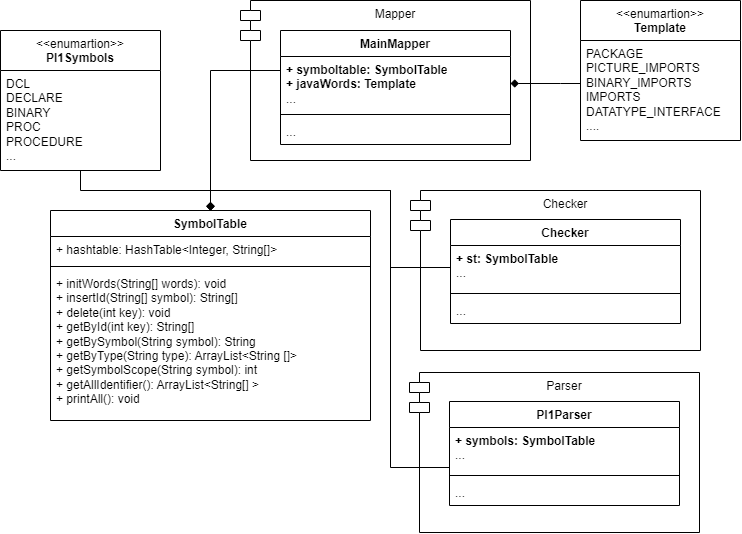
Earlier version of the draw.io export assets/img/symboltable-module-uml.drawio.png (lhahner/aspekte-formale-uebersetzung-programmiersprachen). Source tidied: cells renumbered, new cells last; positions are measured from the earlier drawing's top-left corner, leaving out a move shared by most shapes.
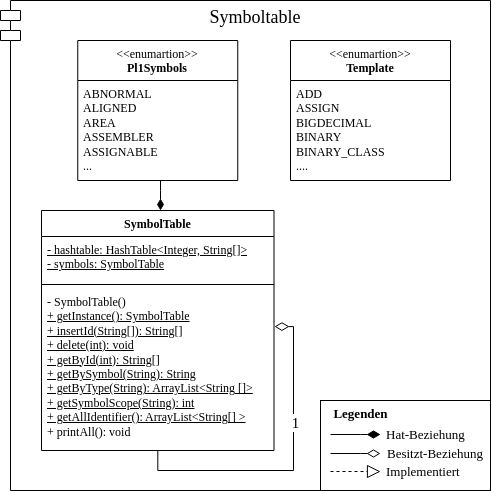
The same diagram one commit later.

Change to the diagram source:
```diff
@@ -2,111 +2,100 @@
   <root>
     <mxCell id="0" />
     <mxCell id="1" parent="0" />
+    <mxCell id="30" value="&lt;font style=&quot;font-size: 18px;&quot;&gt;Symboltable&lt;/font&gt;" style="shape=module;align=left;spacingLeft=20;align=center;verticalAlign=top;whiteSpace=wrap;html=1;fontFamily=Semi Serif;" parent="1" vertex="1">
+      <mxGeometry x="-60" y="-180" width="490" height="490" as="geometry" />
+    </mxCell>
-    <mxCell id="2" value="SymbolTable" style="swimlane;fontStyle=1;align=center;verticalAlign=top;horizontal=1;startSize=26;whiteSpace=wrap;html=1;" parent="1" vertex="1">
-      <mxGeometry x="50" y="210" width="320" height="210" as="geometry" />
+    <mxCell id="2" value="SymbolTable" style="swimlane;fontStyle=1;align=center;verticalAlign=top;horizontal=1;startSize=26;whiteSpace=wrap;html=1;fontFamily=Semi Serif;" parent="1" vertex="1">
+      <mxGeometry x="-19" y="30" width="232.5" height="240" as="geometry" />
     </mxCell>
-    <mxCell id="3" value="+ hashtable: HashTable&amp;lt;Integer, String[]&amp;gt;" style="text;strokeColor=none;fillColor=none;align=left;verticalAlign=top;spacingLeft=4;spacingRight=4;overflow=hidden;whiteSpace=wrap;html=1;" parent="2" vertex="1">
-      <mxGeometry y="26" width="320" height="26" as="geometry" />
+    <mxCell id="3" value="&lt;u&gt;- hashtable: HashTable&amp;lt;Integer, String[]&amp;gt;&lt;br&gt;- symbols: SymbolTable&lt;br&gt;&lt;/u&gt;" style="text;strokeColor=none;fillColor=none;align=left;verticalAlign=top;spacingLeft=4;spacingRight=4;overflow=hidden;whiteSpace=wrap;html=1;fontFamily=Semi Serif;" parent="2" vertex="1">
+      <mxGeometry y="26" width="232.5" height="44" as="geometry" />
     </mxCell>
-    <mxCell id="4" style="line;strokeWidth=1;fillColor=none;align=left;verticalAlign=middle;spacingTop=-1;spacingLeft=3;spacingRight=3;labelPosition=right;strokeColor=inherit;" parent="2" vertex="1">
-      <mxGeometry y="52" width="320" height="8" as="geometry" />
+    <mxCell id="4" style="line;strokeWidth=1;fillColor=none;align=left;verticalAlign=middle;spacingTop=-1;spacingLeft=3;spacingRight=3;labelPosition=right;strokeColor=inherit;fontFamily=Semi Serif;" parent="2" vertex="1">
+      <mxGeometry y="70" width="232.5" height="8" as="geometry" />
     </mxCell>
-    <mxCell id="5" value="+ initWords(String[] words): void&lt;div&gt;+ insertId(String[] symbol): String[]&lt;/div&gt;&lt;div&gt;+ delete(int key): void&lt;/div&gt;&lt;div&gt;+ getById(int key): String[]&lt;/div&gt;&lt;div&gt;+ getBySymbol(String symbol): String&lt;/div&gt;&lt;div&gt;+ getByType(String type): ArrayList&amp;lt;String []&amp;gt;&lt;/div&gt;&lt;div&gt;+ getSymbolScope(String symbol): int&lt;/div&gt;&lt;div&gt;+ getAllIdentifier(): ArrayList&amp;lt;String[] &amp;gt;&lt;/div&gt;&lt;div&gt;+ printAll(): void&amp;nbsp;&lt;/div&gt;&lt;div&gt;&lt;br&gt;&lt;/div&gt;" style="text;strokeColor=none;fillColor=none;align=left;verticalAlign=top;spacingLeft=4;spacingRight=4;overflow=hidden;points=[[0,0.5],[1,0.5]];portConstraint=eastwest;whiteSpace=wrap;html=1;" parent="2" vertex="1">
-      <mxGeometry y="60" width="320" height="150" as="geometry" />
+    <mxCell id="5" value="&lt;div&gt;- SymbolTable()&lt;/div&gt;&lt;div&gt;&lt;u&gt;+ getInstance(): SymbolTable&lt;/u&gt;&lt;/div&gt;&lt;div&gt;&lt;u&gt;+ insertId(String[]): String[]&lt;/u&gt;&lt;/div&gt;&lt;div&gt;&lt;u&gt;+ delete(int): void&lt;/u&gt;&lt;/div&gt;&lt;div&gt;&lt;u&gt;+ getById(int): String[]&lt;/u&gt;&lt;/div&gt;&lt;div&gt;&lt;u&gt;+ getBySymbol(String): String&lt;/u&gt;&lt;/div&gt;&lt;div&gt;&lt;u&gt;+ getByType(String): ArrayList&amp;lt;String []&amp;gt;&lt;/u&gt;&lt;/div&gt;&lt;div&gt;&lt;u&gt;+ getSymbolScope(String): int&lt;/u&gt;&lt;/div&gt;&lt;div&gt;&lt;u&gt;+ getAllIdentifier(): ArrayList&amp;lt;String[] &amp;gt;&lt;/u&gt;&lt;/div&gt;&lt;div&gt;+ printAll(): void&amp;nbsp;&lt;/div&gt;&lt;div&gt;&lt;br&gt;&lt;/div&gt;" style="text;strokeColor=none;fillColor=none;align=left;verticalAlign=top;spacingLeft=4;spacingRight=4;overflow=hidden;points=[[0,0.5],[1,0.5]];portConstraint=eastwest;whiteSpace=wrap;html=1;fontFamily=Semi Serif;" parent="2" vertex="1">
+      <mxGeometry y="78" width="232.5" height="162" as="geometry" />
     </mxCell>
+    <mxCell id="31" style="edgeStyle=orthogonalEdgeStyle;rounded=0;jettySize=auto;html=1;entryX=1.002;entryY=0.235;entryDx=0;entryDy=0;entryPerimeter=0;endArrow=diamondThin;endFill=0;endSize=12;fontFamily=Semi Serif;" parent="2" edge="1" source="2" target="5">
+      <mxGeometry relative="1" as="geometry">
+        <Array as="points">
+          <mxPoint x="116" y="260" />
+          <mxPoint x="252" y="260" />
+          <mxPoint x="252" y="116" />
+        </Array>
+      </mxGeometry>
+    </mxCell>
+    <mxCell id="32" value="1" style="edgeLabel;html=1;align=center;verticalAlign=middle;fontFamily=Semi Serif;fontSize=15;" parent="31" vertex="1">
+      <mxGeometry x="0.28" y="-1" relative="1" as="geometry" />
+    </mxCell>
-    <mxCell id="6" style="edgeStyle=orthogonalEdgeStyle;rounded=0;jettySize=auto;html=1;endArrow=diamond;endFill=1;" parent="1" edge="1" source="7" target="2">
-      <mxGeometry relative="1" as="geometry" />
+    <mxCell id="6" style="edgeStyle=orthogonalEdgeStyle;rounded=0;jettySize=auto;html=1;endArrow=diamondThin;endFill=1;endSize=9;fontFamily=Semi Serif;" parent="1" edge="1" source="7" target="2">
+      <mxGeometry relative="1" as="geometry">
+        <Array as="points">
+          <mxPoint x="100" y="10" />
+          <mxPoint x="100" y="10" />
+        </Array>
+      </mxGeometry>
     </mxCell>
-    <mxCell id="7" value="&lt;div&gt;&lt;span style=&quot;font-weight: normal;&quot;&gt;&amp;lt;&amp;lt;enumartion&amp;gt;&amp;gt;&lt;/span&gt;&lt;/div&gt;Pl1Symbols" style="swimlane;fontStyle=1;align=center;verticalAlign=top;horizontal=1;startSize=40;whiteSpace=wrap;html=1;" parent="1" vertex="1">
-      <mxGeometry y="30" width="160" height="140" as="geometry" />
+    <mxCell id="7" value="&lt;div&gt;&lt;span style=&quot;font-weight: normal;&quot;&gt;&amp;lt;&amp;lt;enumartion&amp;gt;&amp;gt;&lt;/span&gt;&lt;/div&gt;Pl1Symbols" style="swimlane;fontStyle=1;align=center;verticalAlign=top;horizontal=1;startSize=40;whiteSpace=wrap;html=1;fontFamily=Semi Serif;" parent="1" vertex="1">
+      <mxGeometry x="17.2" y="-140" width="160" height="140" as="geometry" />
     </mxCell>
-    <mxCell id="8" value="DCL&lt;div&gt;DECLARE&lt;/div&gt;&lt;div&gt;BINARY&lt;/div&gt;&lt;div&gt;PROC&lt;/div&gt;&lt;div&gt;PROCEDURE&lt;/div&gt;&lt;div&gt;...&lt;/div&gt;" style="text;strokeColor=none;fillColor=none;align=left;verticalAlign=top;spacingLeft=4;spacingRight=4;overflow=hidden;whiteSpace=wrap;html=1;" parent="7" vertex="1">
+    <mxCell id="8" value="ABNORMAL&lt;div&gt;ALIGNED&lt;/div&gt;&lt;div&gt;AREA&lt;/div&gt;&lt;div&gt;ASSEMBLER&lt;/div&gt;&lt;div&gt;ASSIGNABLE&lt;/div&gt;&lt;div&gt;...&lt;/div&gt;" style="text;strokeColor=none;fillColor=none;align=left;verticalAlign=top;spacingLeft=4;spacingRight=4;overflow=hidden;whiteSpace=wrap;html=1;fontFamily=Semi Serif;" parent="7" vertex="1">
       <mxGeometry y="40" width="160" height="100" as="geometry" />
     </mxCell>
-    <mxCell id="9" value="&lt;div&gt;&lt;span style=&quot;font-weight: normal;&quot;&gt;&amp;lt;&amp;lt;enumartion&amp;gt;&amp;gt;&lt;/span&gt;&lt;/div&gt;Template" style="swimlane;fontStyle=1;align=center;verticalAlign=top;horizontal=1;startSize=40;whiteSpace=wrap;html=1;" parent="1" vertex="1">
-      <mxGeometry x="580" width="160" height="140" as="geometry" />
+    <mxCell id="9" value="&lt;div&gt;&lt;span style=&quot;font-weight: normal;&quot;&gt;&amp;lt;&amp;lt;enumartion&amp;gt;&amp;gt;&lt;/span&gt;&lt;/div&gt;Template" style="swimlane;fontStyle=1;align=center;verticalAlign=top;horizontal=1;startSize=40;whiteSpace=wrap;html=1;fontFamily=Semi Serif;" parent="1" vertex="1">
+      <mxGeometry x="230" y="-140" width="160" height="140" as="geometry" />
     </mxCell>
-    <mxCell id="10" value="PACKAGE&lt;div&gt;PICTURE_IMPORTS&lt;/div&gt;&lt;div&gt;BINARY_IMPORTS&lt;/div&gt;&lt;div&gt;IMPORTS&lt;/div&gt;&lt;div&gt;DATATYPE_INTERFACE&lt;/div&gt;&lt;div&gt;....&lt;/div&gt;" style="text;strokeColor=none;fillColor=none;align=left;verticalAlign=top;spacingLeft=4;spacingRight=4;overflow=hidden;points=[[0,0.5],[1,0.5]];portConstraint=eastwest;whiteSpace=wrap;html=1;" parent="9" vertex="1">
+    <mxCell id="10" value="ADD&lt;div&gt;ASSIGN&lt;/div&gt;&lt;div&gt;BIGDECIMAL&lt;/div&gt;&lt;div&gt;BINARY&lt;/div&gt;&lt;div&gt;BINARY_CLASS&lt;/div&gt;&lt;div&gt;....&lt;/div&gt;" style="text;strokeColor=none;fillColor=none;align=left;verticalAlign=top;spacingLeft=4;spacingRight=4;overflow=hidden;points=[[0,0.5],[1,0.5]];portConstraint=eastwest;whiteSpace=wrap;html=1;fontFamily=Semi Serif;" parent="9" vertex="1">
       <mxGeometry y="40" width="160" height="100" as="geometry" />
     </mxCell>
-    <mxCell id="11" value="Mapper" style="shape=module;align=left;spacingLeft=20;align=center;verticalAlign=top;whiteSpace=wrap;html=1;" parent="1" vertex="1">
-      <mxGeometry x="240" width="290" height="160" as="geometry" />
-    </mxCell>
-    <mxCell id="12" style="edgeStyle=orthogonalEdgeStyle;rounded=0;jettySize=auto;html=1;endArrow=diamond;endFill=1;" parent="1" edge="1" source="13">
-      <mxGeometry relative="1" as="geometry">
-        <mxPoint x="210" y="210" as="targetPoint" />
-        <Array as="points">
-          <mxPoint x="210" y="70" />
-        </Array>
-      </mxGeometry>
-    </mxCell>
-    <mxCell id="13" value="MainMapper" style="swimlane;fontStyle=1;align=center;verticalAlign=top;horizontal=1;startSize=26;whiteSpace=wrap;html=1;" parent="1" vertex="1">
-      <mxGeometry x="280" y="30" width="230" height="114" as="geometry" />
-    </mxCell>
-    <mxCell id="14" value="&lt;b&gt;+ symboltable: SymbolTable&lt;/b&gt;&lt;div&gt;&lt;b&gt;+ javaWords: Template&lt;/b&gt;&lt;/div&gt;&lt;div&gt;...&lt;/div&gt;" style="text;strokeColor=none;fillColor=none;align=left;verticalAlign=top;spacingLeft=4;spacingRight=4;overflow=hidden;points=[[0,0.5],[1,0.5]];portConstraint=eastwest;whiteSpace=wrap;html=1;" parent="13" vertex="1">
-      <mxGeometry y="26" width="230" height="54" as="geometry" />
-    </mxCell>
-    <mxCell id="15" style="line;strokeWidth=1;fillColor=none;align=left;verticalAlign=middle;spacingTop=-1;spacingLeft=3;spacingRight=3;labelPosition=right;strokeColor=inherit;" parent="13" vertex="1">
-      <mxGeometry y="80" width="230" height="8" as="geometry" />
-    </mxCell>
-    <mxCell id="16" value="..." style="text;strokeColor=none;fillColor=none;align=left;verticalAlign=top;spacingLeft=4;spacingRight=4;overflow=hidden;whiteSpace=wrap;html=1;" parent="13" vertex="1">
-      <mxGeometry y="88" width="230" height="26" as="geometry" />
-    </mxCell>
-    <mxCell id="17" value="Checker" style="shape=module;align=left;spacingLeft=20;align=center;verticalAlign=top;whiteSpace=wrap;html=1;" parent="1" vertex="1">
-      <mxGeometry x="410" y="190" width="290" height="160" as="geometry" />
-    </mxCell>
-    <mxCell id="18" value="Checker" style="swimlane;fontStyle=1;align=center;verticalAlign=top;horizontal=1;startSize=26;whiteSpace=wrap;html=1;" parent="1" vertex="1">
-      <mxGeometry x="450" y="219" width="230" height="104" as="geometry" />
-    </mxCell>
-    <mxCell id="19" value="&lt;b&gt;+ st: SymbolTable&lt;/b&gt;&lt;div&gt;&lt;span style=&quot;background-color: initial;&quot;&gt;...&lt;/span&gt;&lt;/div&gt;" style="text;strokeColor=none;fillColor=none;align=left;verticalAlign=top;spacingLeft=4;spacingRight=4;overflow=hidden;points=[[0,0.5],[1,0.5]];portConstraint=eastwest;whiteSpace=wrap;html=1;" parent="18" vertex="1">
-      <mxGeometry y="26" width="230" height="44" as="geometry" />
-    </mxCell>
-    <mxCell id="20" style="line;strokeWidth=1;fillColor=none;align=left;verticalAlign=middle;spacingTop=-1;spacingLeft=3;spacingRight=3;labelPosition=right;strokeColor=inherit;" parent="18" vertex="1">
-      <mxGeometry y="70" width="230" height="8" as="geometry" />
-    </mxCell>
-    <mxCell id="21" value="..." style="text;strokeColor=none;fillColor=none;align=left;verticalAlign=top;spacingLeft=4;spacingRight=4;overflow=hidden;whiteSpace=wrap;html=1;" parent="18" vertex="1">
-      <mxGeometry y="78" width="230" height="26" as="geometry" />
-    </mxCell>
-    <mxCell id="22" style="edgeStyle=orthogonalEdgeStyle;rounded=0;jettySize=auto;html=1;entryX=0.5;entryY=0;entryDx=0;entryDy=0;endArrow=diamond;endFill=1;" parent="1" edge="1" source="19" target="2">
-      <mxGeometry relative="1" as="geometry">
-        <Array as="points">
-          <mxPoint x="390" y="267" />
-          <mxPoint x="390" y="190" />
-          <mxPoint x="210" y="190" />
-        </Array>
-      </mxGeometry>
-    </mxCell>
-    <mxCell id="23" value="Parser" style="shape=module;align=left;spacingLeft=20;align=center;verticalAlign=top;whiteSpace=wrap;html=1;" parent="1" vertex="1">
-      <mxGeometry x="409" y="372" width="290" height="160" as="geometry" />
-    </mxCell>
-    <mxCell id="24" value="Pl1Parser" style="swimlane;fontStyle=1;align=center;verticalAlign=top;horizontal=1;startSize=26;whiteSpace=wrap;html=1;" parent="1" vertex="1">
-      <mxGeometry x="449" y="401" width="230" height="104" as="geometry" />
-    </mxCell>
-    <mxCell id="25" value="&lt;b&gt;+ symbols: SymbolTable&lt;/b&gt;&lt;div&gt;&lt;span style=&quot;background-color: initial;&quot;&gt;...&lt;/span&gt;&lt;/div&gt;" style="text;strokeColor=none;fillColor=none;align=left;verticalAlign=top;spacingLeft=4;spacingRight=4;overflow=hidden;points=[[0,0.5],[1,0.5]];portConstraint=eastwest;whiteSpace=wrap;html=1;" parent="24" vertex="1">
-      <mxGeometry y="26" width="230" height="44" as="geometry" />
-    </mxCell>
-    <mxCell id="26" style="line;strokeWidth=1;fillColor=none;align=left;verticalAlign=middle;spacingTop=-1;spacingLeft=3;spacingRight=3;labelPosition=right;strokeColor=inherit;" parent="24" vertex="1">
-      <mxGeometry y="70" width="230" height="8" as="geometry" />
-    </mxCell>
-    <mxCell id="27" value="..." style="text;strokeColor=none;fillColor=none;align=left;verticalAlign=top;spacingLeft=4;spacingRight=4;overflow=hidden;whiteSpace=wrap;html=1;" parent="24" vertex="1">
-      <mxGeometry y="78" width="230" height="26" as="geometry" />
-    </mxCell>
-    <mxCell id="28" style="edgeStyle=orthogonalEdgeStyle;rounded=0;jettySize=auto;html=1;entryX=0.5;entryY=0;entryDx=0;entryDy=0;endArrow=diamond;endFill=1;" parent="1" edge="1" source="25" target="2">
-      <mxGeometry relative="1" as="geometry">
-        <Array as="points">
-          <mxPoint x="390" y="467" />
-          <mxPoint x="390" y="190" />
-          <mxPoint x="210" y="190" />
-        </Array>
-      </mxGeometry>
-    </mxCell>
-    <mxCell id="29" style="edgeStyle=orthogonalEdgeStyle;rounded=0;jettySize=auto;html=1;endArrow=diamond;endFill=1;" parent="1" edge="1" source="10" target="14">
-      <mxGeometry relative="1" as="geometry">
-        <Array as="points">
-          <mxPoint x="560" y="83" />
-          <mxPoint x="560" y="83" />
-        </Array>
-      </mxGeometry>
-    </mxCell>
+    <mxCell id="33" style="group;fontFamily=Semi Serif;fontSize=13;" parent="1" vertex="1">
+      <mxGeometry x="260" y="220" width="170" height="90" as="geometry" />
+    </mxCell>
+    <mxCell id="34" style="html=1;whiteSpace=wrap;fontFamily=Semi Serif;fontSize=13;" parent="33" vertex="1">
+      <mxGeometry width="170" height="90" as="geometry" />
+    </mxCell>
+    <mxCell id="35" style="edgeStyle=orthogonalEdgeStyle;rounded=0;orthogonalLoop=1;jettySize=auto;html=1;endArrow=diamondThin;endFill=1;startSize=11;endSize=11;fontFamily=Semi Serif;fontSize=13;" parent="33" edge="1">
+      <mxGeometry relative="1" as="geometry">
+        <mxPoint x="10" y="34" as="sourcePoint" />
+        <mxPoint x="60" y="34" as="targetPoint" />
+        <Array as="points">
+          <mxPoint x="40" y="34" />
+        </Array>
+      </mxGeometry>
+    </mxCell>
+    <mxCell id="36" style="edgeStyle=orthogonalEdgeStyle;rounded=0;orthogonalLoop=1;jettySize=auto;html=1;endArrow=diamondThin;endFill=0;startSize=11;endSize=11;fontFamily=Semi Serif;fontSize=13;" parent="33" edge="1">
+      <mxGeometry relative="1" as="geometry">
+        <mxPoint x="10" y="53" as="sourcePoint" />
+        <mxPoint x="60" y="53" as="targetPoint" />
+        <Array as="points">
+          <mxPoint x="40" y="53" />
+        </Array>
+      </mxGeometry>
+    </mxCell>
+    <mxCell id="37" style="edgeStyle=orthogonalEdgeStyle;rounded=0;orthogonalLoop=1;jettySize=auto;html=1;endArrow=block;endFill=0;startSize=11;endSize=11;dashed=1;fontFamily=Semi Serif;fontSize=13;" parent="33" edge="1">
+      <mxGeometry relative="1" as="geometry">
+        <mxPoint x="10" y="71" as="sourcePoint" />
+        <mxPoint x="60" y="71" as="targetPoint" />
+        <Array as="points">
+          <mxPoint x="40" y="71" />
+        </Array>
+      </mxGeometry>
+    </mxCell>
+    <mxCell id="38" value="Legenden" style="text;align=center;fontStyle=1;verticalAlign=middle;spacingLeft=3;spacingRight=3;strokeColor=none;html=1;fontFamily=Semi Serif;fontSize=13;" parent="33" vertex="1">
+      <mxGeometry width="80" height="26" as="geometry" />
+    </mxCell>
+    <mxCell id="39" style="line;strokeWidth=1;fillColor=none;align=left;verticalAlign=middle;spacingTop=-1;spacingLeft=3;spacingRight=3;labelPosition=right;strokeColor=inherit;fontFamily=Semi Serif;fontSize=13;" parent="33" vertex="1">
+      <mxGeometry y="20" width="170" height="8" as="geometry" />
+    </mxCell>
+    <mxCell id="40" value="Hat-Beziehung" style="text;strokeColor=none;fillColor=none;align=left;verticalAlign=top;spacingLeft=4;spacingRight=4;overflow=hidden;whiteSpace=wrap;html=1;fontFamily=Semi Serif;fontSize=13;" parent="33" vertex="1">
+      <mxGeometry x="60" y="20" width="100" height="26" as="geometry" />
+    </mxCell>
+    <mxCell id="41" value="Besitzt-Beziehung" style="text;strokeColor=none;fillColor=none;align=left;verticalAlign=top;spacingLeft=4;spacingRight=4;overflow=hidden;whiteSpace=wrap;html=1;fontFamily=Semi Serif;fontSize=13;" parent="33" vertex="1">
+      <mxGeometry x="61" y="39" width="109" height="26" as="geometry" />
+    </mxCell>
+    <mxCell id="42" value="Implementiert" style="text;strokeColor=none;fillColor=none;align=left;verticalAlign=top;spacingLeft=4;spacingRight=4;overflow=hidden;whiteSpace=wrap;html=1;fontFamily=Semi Serif;fontSize=13;" parent="33" vertex="1">
+      <mxGeometry x="60" y="57" width="109" height="26" as="geometry" />
+    </mxCell>
   </root>
 </mxGraphModel>
```
